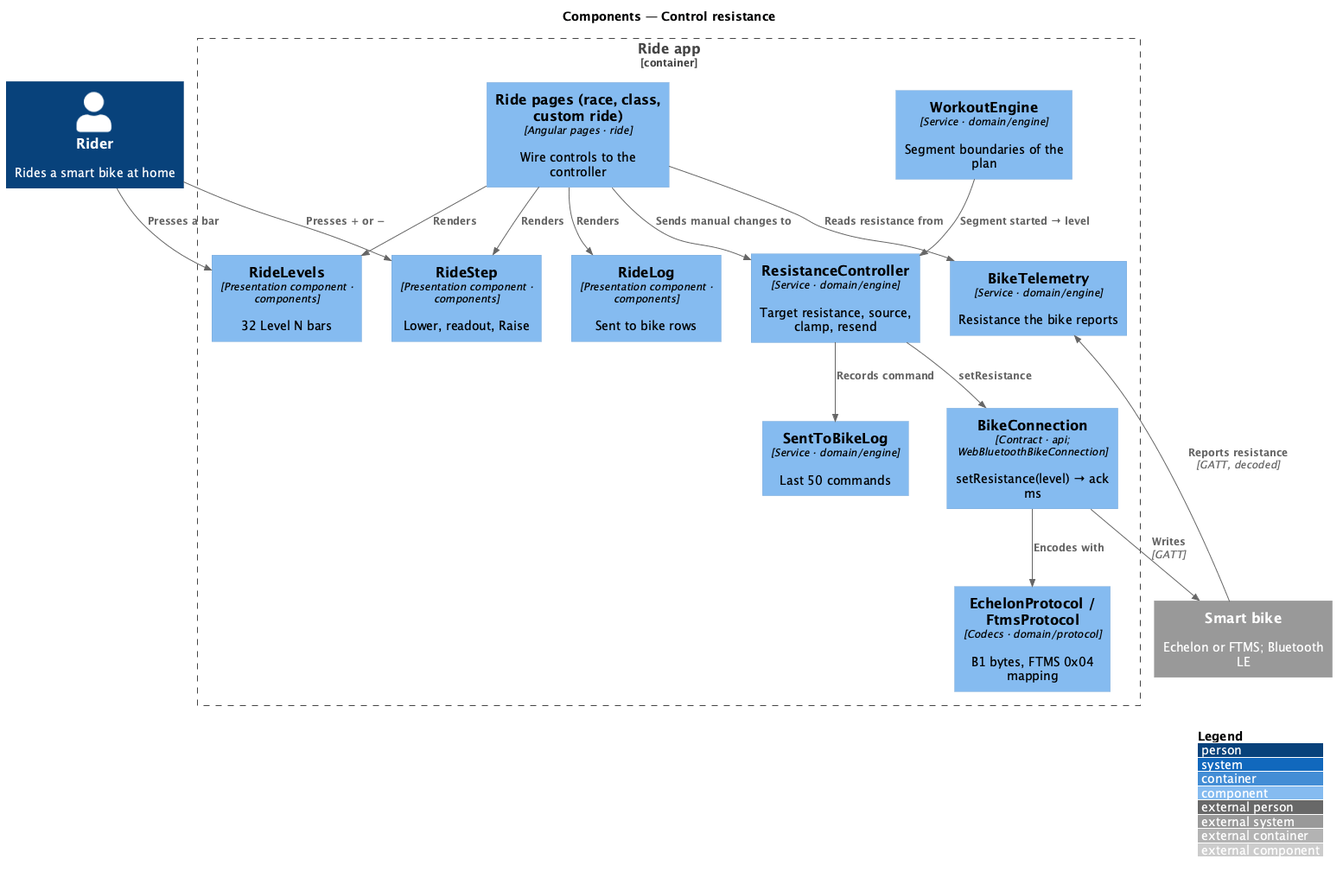
Before: docs/detailed-designs/bike/control-resistance/diagrams/c4-component.png, a diagram exported from PlantUML (QuinntyneBrown/ride-one).
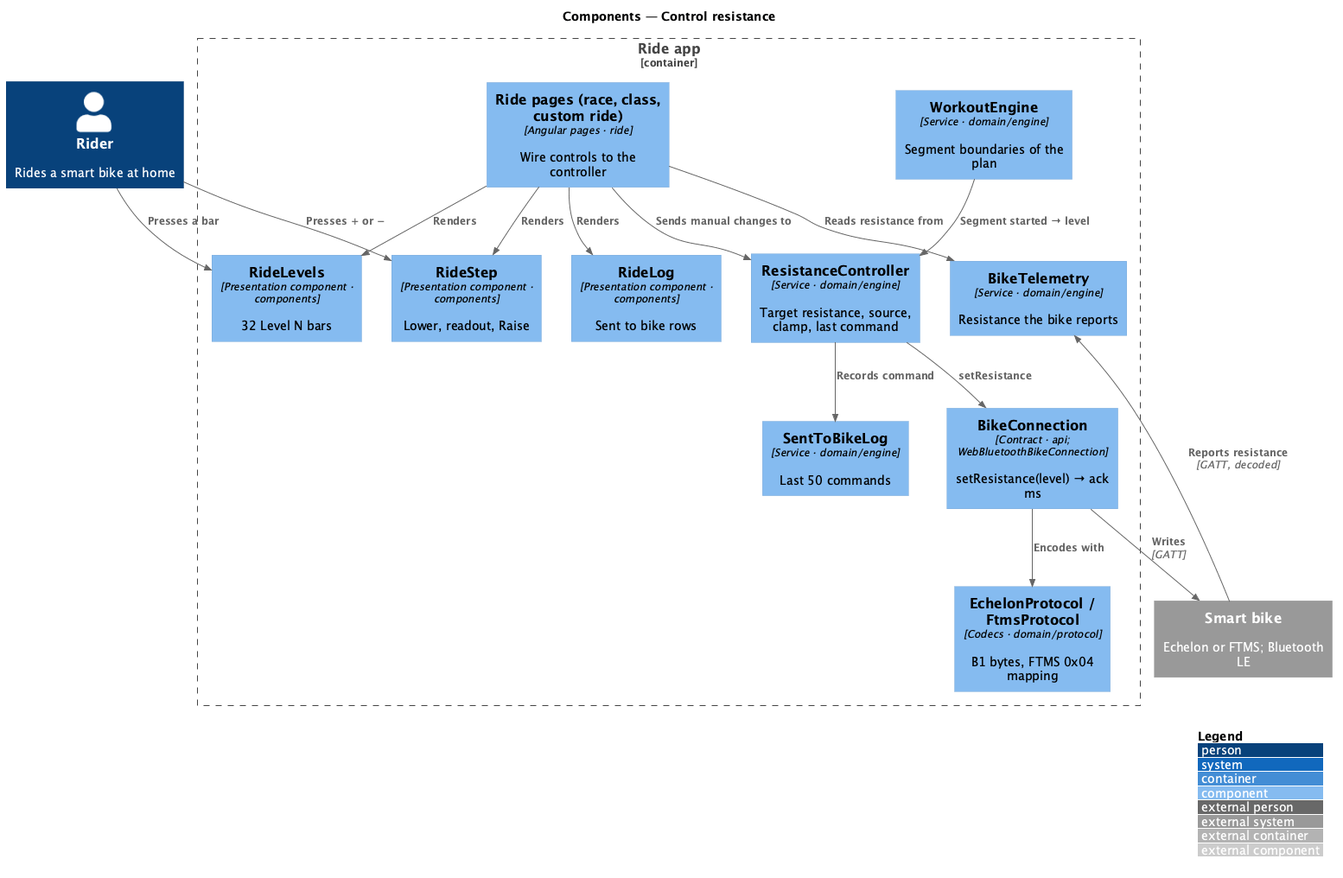
The same diagram one commit later.

Commit message:
Align the resistance design with slice 4.1

What changed in the source:
```diff
@@ -10,7 +10,7 @@
   Component(step, "RideStep", "Presentation component · components", "Lower, readout, Raise")
   Component(logc, "RideLog", "Presentation component · components", "Sent to bike rows")
   Component(engine, "WorkoutEngine", "Service · domain/engine", "Segment boundaries of the plan")
-  Component(ctrl, "ResistanceController", "Service · domain/engine", "Target resistance, source, clamp, resend")
+  Component(ctrl, "ResistanceController", "Service · domain/engine", "Target resistance, source, clamp, last command")
   Component(sent, "SentToBikeLog", "Service · domain/engine", "Last 50 commands")
   Component(tele, "BikeTelemetry", "Service · domain/engine", "Resistance the bike reports")
   Component(conn, "BikeConnection", "Contract · api; WebBluetoothBikeConnection", "setResistance(level) → ack ms")
```
